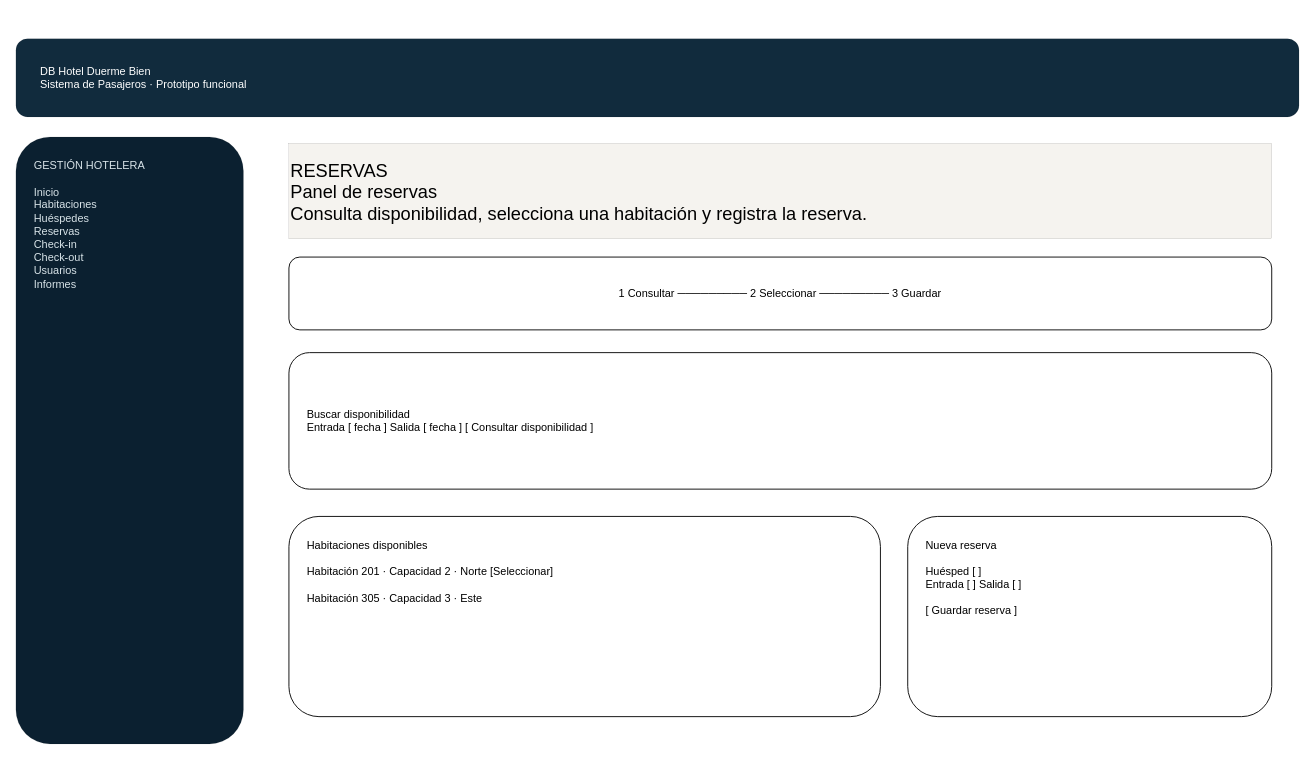
Above: page "Mockup" (3 of 3) of diagramas-editables/04-interfaz.drawio in Yutre3/diego (draw.io), before the change. Source tidied: cells renumbered, new cells numbered last; positions are measured from the earlier drawing's top-left corner, leaving out a move shared by most shapes. Both pictures are drawn from the tidied source at 91%, with x=0, y=0 at pixel (15, 38).
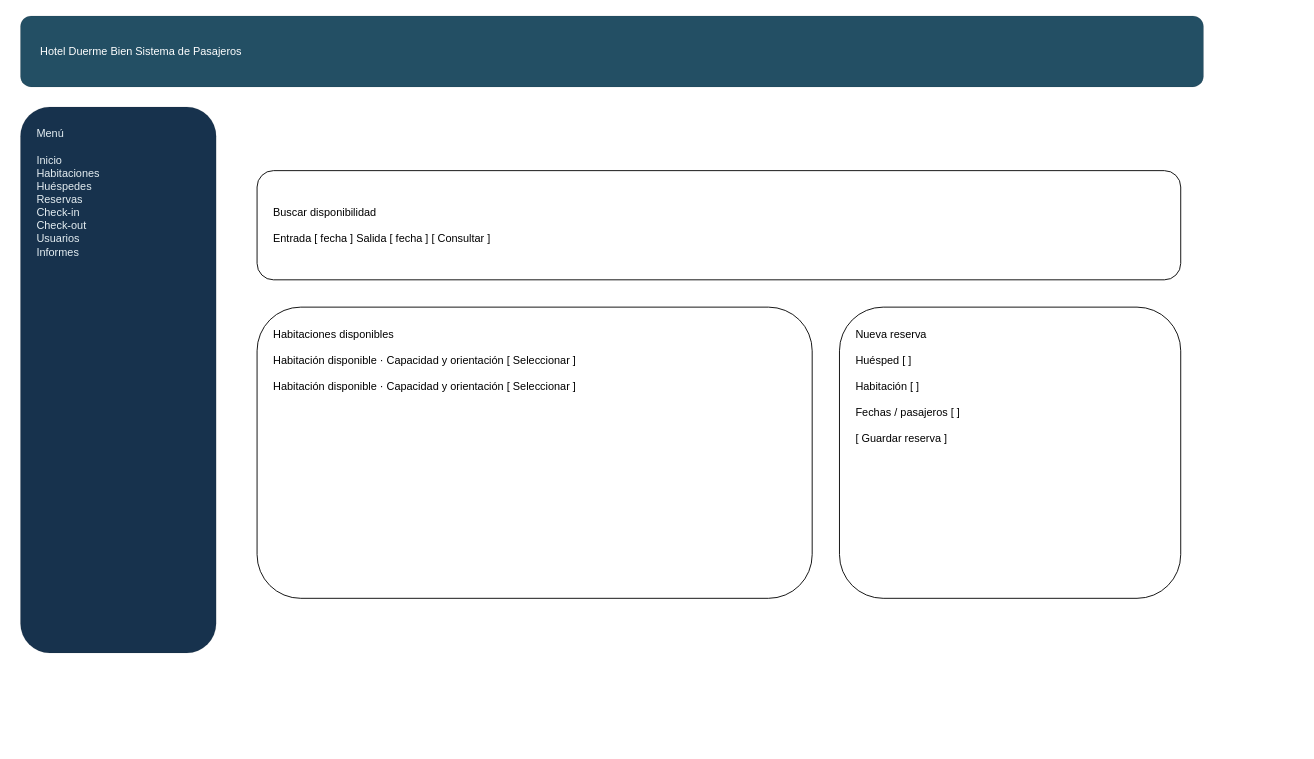
After the change.

Diff of the diagram source:
```diff
@@
 <mxGraphModel>
   <root>
     <mxCell id="0" />
     <mxCell id="1" parent="0" />
-    <mxCell id="2" value="DB    Hotel Duerme Bien&#10;        Sistema de Pasajeros · Prototipo funcional" style="rounded=1;whiteSpace=wrap;html=1;strokeWidth=0;fillColor=#112b3d;fontColor=#ffffff;align=left;spacingLeft=25;" parent="1" vertex="1">
-      <mxGeometry width="1410" height="86" as="geometry" />
+    <mxCell id="2" value="Hotel Duerme Bien                                                                 Sistema de Pasajeros" style="rounded=1;whiteSpace=wrap;html=1;strokeWidth=0;fillColor=#234f64;fontColor=#ffffff;align=left;spacingLeft=20;" parent="1" vertex="1">
+      <mxGeometry x="5" y="-25" width="1300" height="78" as="geometry" />
     </mxCell>
-    <mxCell id="3" value="GESTIÓN HOTELERA&#10;&#10;Inicio&#10;Habitaciones&#10;Huéspedes&#10;Reservas&#10;Check-in&#10;Check-out&#10;Usuarios&#10;Informes" style="rounded=1;whiteSpace=wrap;html=1;strokeWidth=0;fillColor=#0b2030;fontColor=#d8e3e8;align=left;verticalAlign=top;spacing=20;" parent="1" vertex="1">
-      <mxGeometry y="108" width="250" height="667" as="geometry" />
+    <mxCell id="3" value="Menú&#10;&#10;Inicio&#10;Habitaciones&#10;Huéspedes&#10;Reservas&#10;Check-in&#10;Check-out&#10;Usuarios&#10;Informes" style="rounded=1;whiteSpace=wrap;html=1;strokeWidth=0;fillColor=#17324d;fontColor=#e5eef2;align=left;verticalAlign=top;spacing=18;" parent="1" vertex="1">
+      <mxGeometry x="5" y="75" width="215" height="600" as="geometry" />
     </mxCell>
-    <mxCell id="4" value="RESERVAS&#10;Panel de reservas&#10;Consulta disponibilidad, selecciona una habitación y registra la reserva." style="rounded=0;whiteSpace=wrap;html=1;strokeWidth=0;fillColor=#f5f3ef;align=left;fontSize=20;" parent="1" vertex="1">
-      <mxGeometry x="300" y="115" width="1080" height="105" as="geometry" />
-    </mxCell>
-    <mxCell id="5" value="1 Consultar  ─────────  2 Seleccionar  ─────────  3 Guardar" style="rounded=1;whiteSpace=wrap;html=1;strokeWidth=1;fillColor=#ffffff;align=center;" parent="1" vertex="1">
-      <mxGeometry x="300" y="240" width="1080" height="80" as="geometry" />
-    </mxCell>
-    <mxCell id="6" value="Buscar disponibilidad&#10;Entrada [ fecha ]      Salida [ fecha ]                    [ Consultar disponibilidad ]" style="rounded=1;whiteSpace=wrap;html=1;strokeWidth=1;fillColor=#ffffff;align=left;spacing=20;" parent="1" vertex="1">
-      <mxGeometry x="300" y="345" width="1080" height="150" as="geometry" />
+    <mxCell id="6" value="Buscar disponibilidad&#10;&#10;Entrada [ fecha ]        Salida [ fecha ]                                  [ Consultar ]" style="rounded=1;whiteSpace=wrap;html=1;strokeWidth=1;fillColor=#ffffff;align=left;spacing=18;" parent="1" vertex="1">
+      <mxGeometry x="265" y="145" width="1015" height="120" as="geometry" />
     </mxCell>
-    <mxCell id="7" value="Habitaciones disponibles&#10;&#10;Habitación 201 · Capacidad 2 · Norte                         [Seleccionar]&#10;&#10;Habitación 305 · Capacidad 3 · Este" style="rounded=1;whiteSpace=wrap;html=1;strokeWidth=1;fillColor=#ffffff;align=left;verticalAlign=top;spacing=20;" parent="1" vertex="1">
-      <mxGeometry x="300" y="525" width="650" height="220" as="geometry" />
+    <mxCell id="7" value="Habitaciones disponibles&#10;&#10;Habitación disponible · Capacidad y orientación         [ Seleccionar ]&#10;&#10;Habitación disponible · Capacidad y orientación         [ Seleccionar ]" style="rounded=1;whiteSpace=wrap;html=1;strokeWidth=1;fillColor=#ffffff;align=left;verticalAlign=top;spacing=18;" parent="1" vertex="1">
+      <mxGeometry x="265" y="295" width="610" height="320" as="geometry" />
     </mxCell>
-    <mxCell id="8" value="Nueva reserva&#10;&#10;Huésped [ ]&#10;Entrada [ ]    Salida [ ]&#10;&#10;[ Guardar reserva ]" style="rounded=1;whiteSpace=wrap;html=1;strokeWidth=1;fillColor=#ffffff;align=left;verticalAlign=top;spacing=20;" parent="1" vertex="1">
-      <mxGeometry x="980" y="525" width="400" height="220" as="geometry" />
+    <mxCell id="8" value="Nueva reserva&#10;&#10;Huésped [ ]&#10;&#10;Habitación [ ]&#10;&#10;Fechas / pasajeros [ ]&#10;&#10;[ Guardar reserva ]" style="rounded=1;whiteSpace=wrap;html=1;strokeWidth=1;fillColor=#ffffff;align=left;verticalAlign=top;spacing=18;" parent="1" vertex="1">
+      <mxGeometry x="905" y="295" width="375" height="320" as="geometry" />
     </mxCell>
   </root>
 </mxGraphModel>
```
